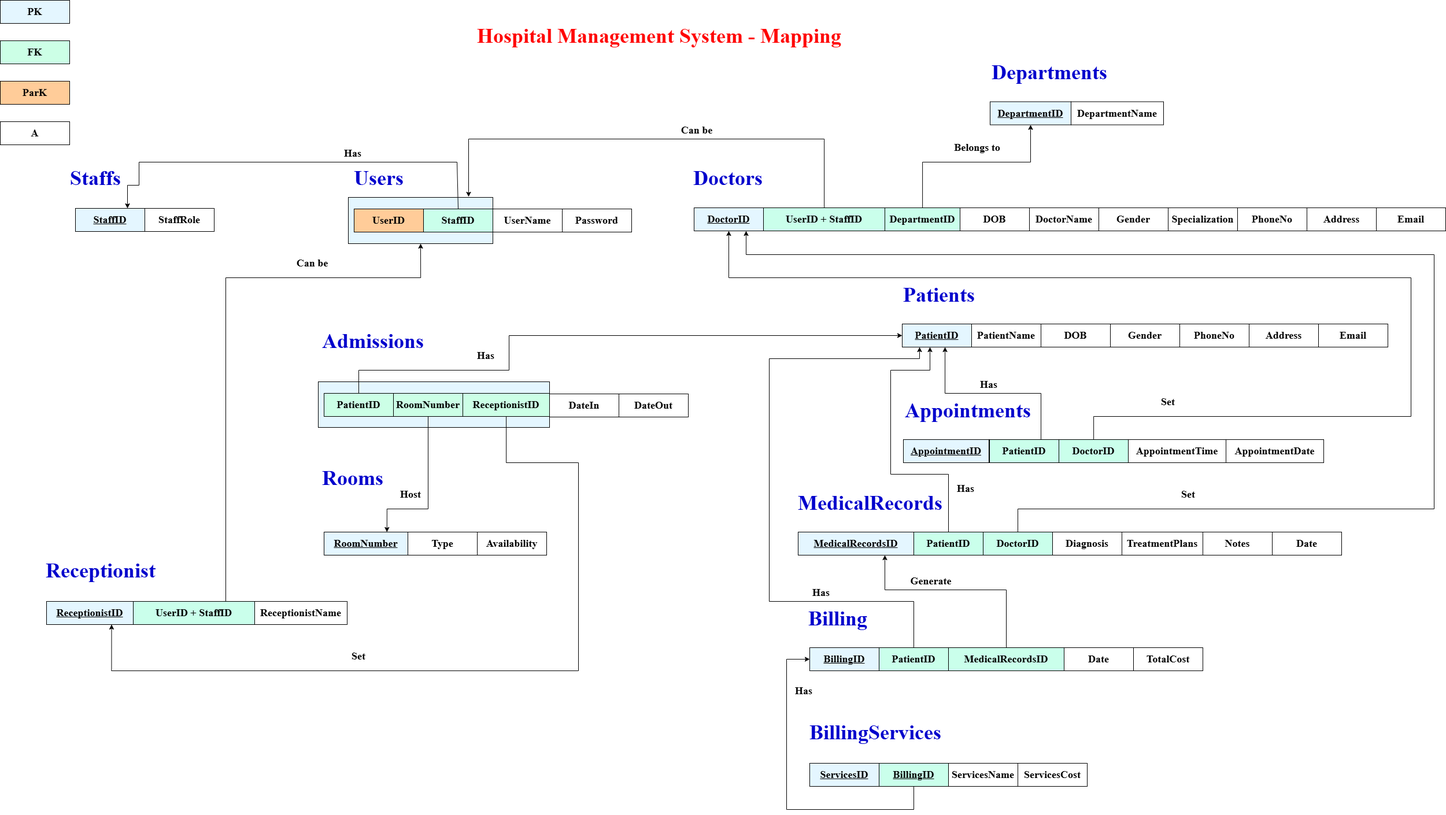
This is Images/_HospitalManagementSystemMapping.png from rahmaAlmamari/HospitalManagementSystem, a draw.io export, as it was before one commit. Source tidied: cells renumbered, new cells last; positions are measured from the earlier drawing's top-left corner, leaving out a move shared by most shapes.
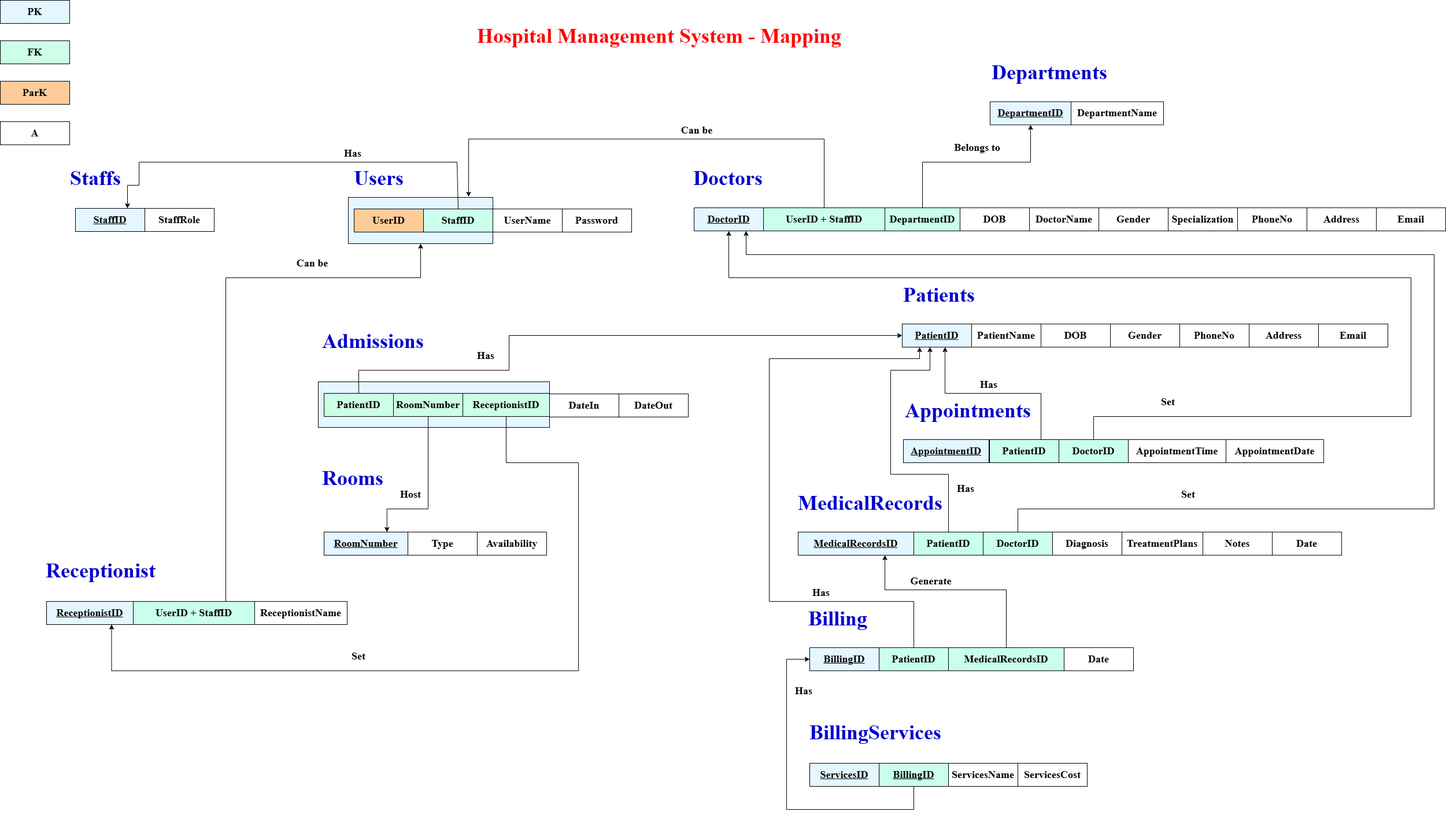
After the commit.

Commit message:
Modify the mapping solution

What changed in the source:
```diff
@@ -280,9 +280,6 @@
     <mxCell id="75" value="&lt;b style=&quot;font-family: &amp;quot;Times New Roman&amp;quot;;&quot;&gt;&lt;font style=&quot;font-size: 18px;&quot;&gt;Date&lt;/font&gt;&lt;/b&gt;" style="whiteSpace=wrap;html=1;align=center;" parent="1" vertex="1">
       <mxGeometry x="1840" y="1120" width="120" height="40" as="geometry" />
     </mxCell>
-    <mxCell id="76" value="&lt;b style=&quot;font-family: &amp;quot;Times New Roman&amp;quot;;&quot;&gt;&lt;font style=&quot;font-size: 18px;&quot;&gt;TotalCost&lt;/font&gt;&lt;/b&gt;" style="whiteSpace=wrap;html=1;align=center;" parent="1" vertex="1">
-      <mxGeometry x="1960" y="1120" width="120" height="40" as="geometry" />
-    </mxCell>
     <mxCell id="77" value="&lt;font style=&quot;font-size: 36px; color: rgb(0, 0, 204);&quot;&gt;&lt;b&gt;&lt;span&gt;&lt;font style=&quot;&quot; face=&quot;Times New Roman&quot;&gt;Billing&lt;/font&gt;&lt;/span&gt;&lt;span style=&quot;font-family: &amp;quot;Times New Roman&amp;quot;;&quot;&gt;Services&lt;/span&gt;&lt;/b&gt;&lt;/font&gt;" style="text;html=1;align=center;verticalAlign=middle;whiteSpace=wrap;rounded=0;" parent="1" vertex="1">
       <mxGeometry x="1443" y="1247" width="142" height="40" as="geometry" />
     </mxCell>
```
